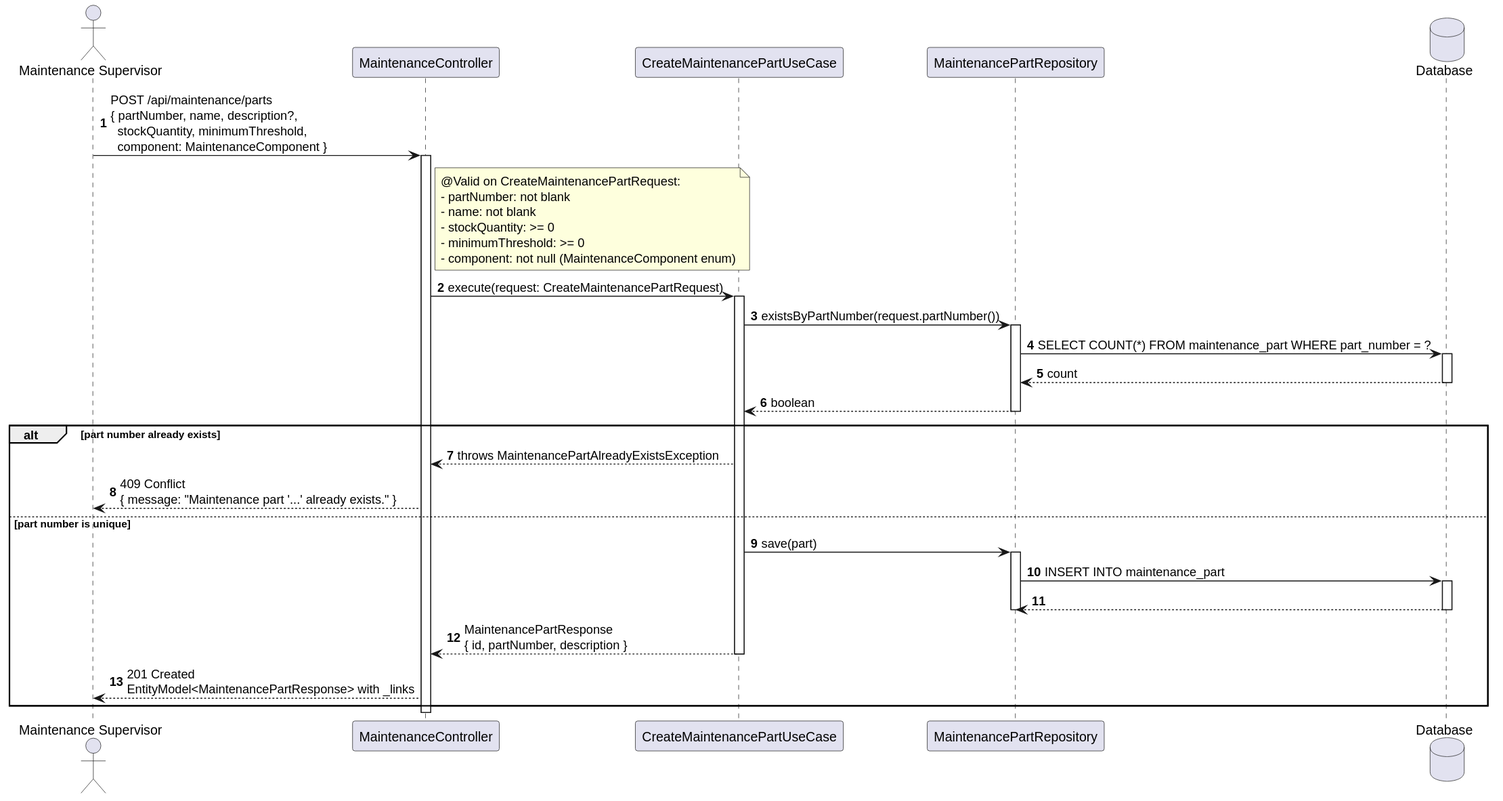
Above: docs/system-documentation/use-cases/WP4A/US226/svg/sd_us226.svg in VascoMagolo/psoft_1231562_1241692_1242036_2db (PlantUML), before the change. The source it was exported from:
```plantuml
@startuml
autonumber
actor "Maintenance Supervisor" as MS
participant "MaintenanceController" as Ctrl
participant "CreateMaintenancePartUseCase" as UC
participant "MaintenancePartRepository" as Repo
database "Database" as DB

MS -> Ctrl : POST /api/maintenance/parts\n{ partNumber, name, description?,\n  stockQuantity, minimumThreshold,\n  component: MaintenanceComponent }
activate Ctrl

note right of Ctrl
  @Valid on CreateMaintenancePartRequest:
  - partNumber: not blank
  - name: not blank
  - stockQuantity: >= 0
  - minimumThreshold: >= 0
  - component: not null (MaintenanceComponent enum)
end note

Ctrl -> UC : execute(request: CreateMaintenancePartRequest)
activate UC

UC -> Repo : existsByPartNumber(request.partNumber())
activate Repo
Repo -> DB : SELECT COUNT(*) FROM maintenance_part WHERE part_number = ?
activate DB
DB --> Repo : count
deactivate DB
Repo --> UC : boolean
deactivate Repo

alt part number already exists
  UC --> Ctrl : throws MaintenancePartAlreadyExistsException
  Ctrl --> MS : 409 Conflict\n{ message: "Maintenance part '...' already exists." }
else part number is unique
  UC -> Repo : save(part)
  activate Repo
  Repo -> DB : INSERT INTO maintenance_part
  activate DB
  DB --> Repo
  deactivate DB
  deactivate Repo

  UC --> Ctrl : MaintenancePartResponse\n{ id, partNumber, description }
  deactivate UC
  Ctrl --> MS : 201 Created\nEntityModel<MaintenancePartResponse> with _links
end

deactivate Ctrl
@enduml
```
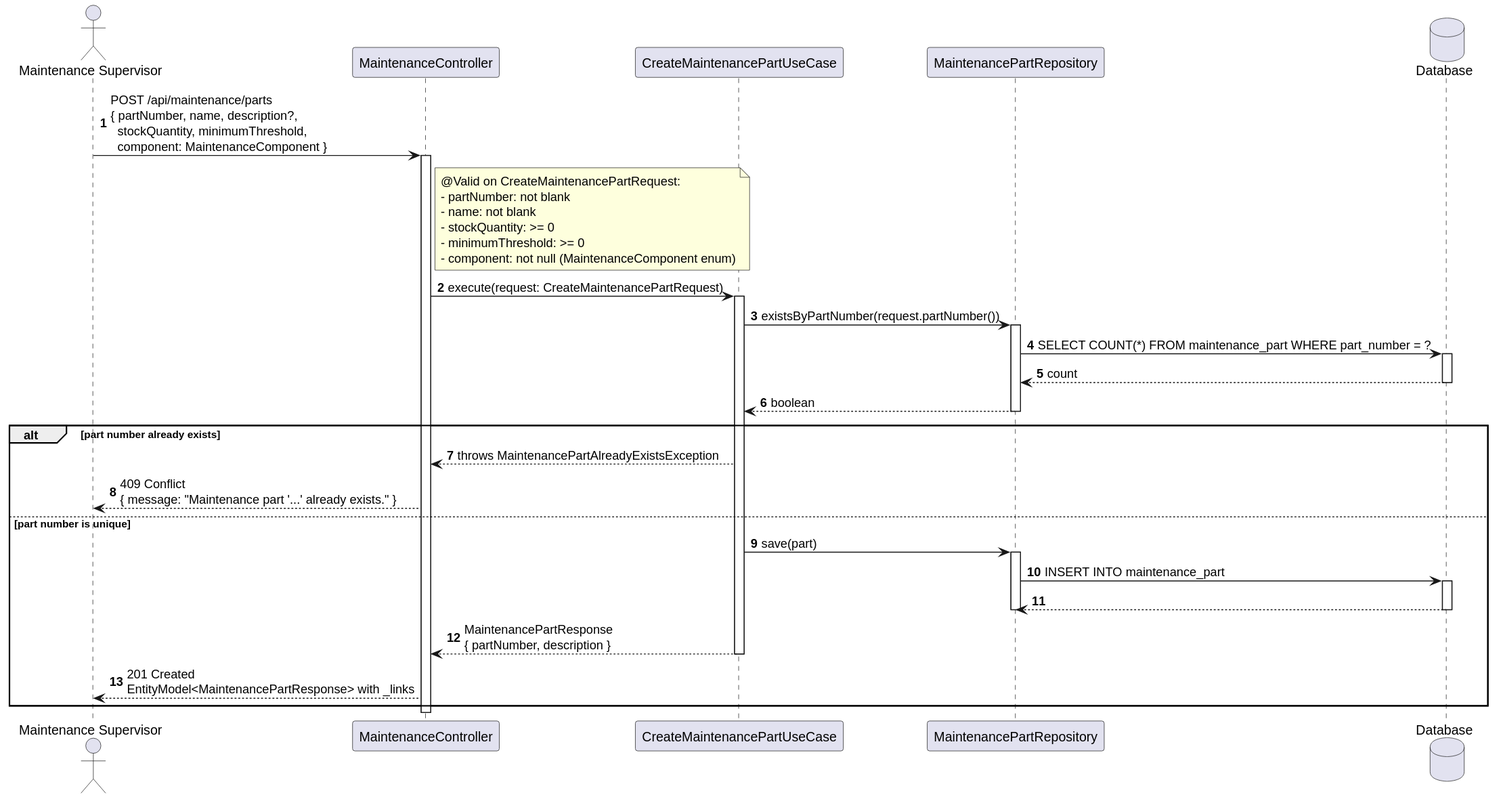
Later version of the same file.

Diff of the diagram source:
```diff
@@ -42,7 +42,7 @@
   deactivate DB
   deactivate Repo
 
-  UC --> Ctrl : MaintenancePartResponse\n{ id, partNumber, description }
+  UC --> Ctrl : MaintenancePartResponse\n{ partNumber, description }
   deactivate UC
   Ctrl --> MS : 201 Created\nEntityModel<MaintenancePartResponse> with _links
 end
```
